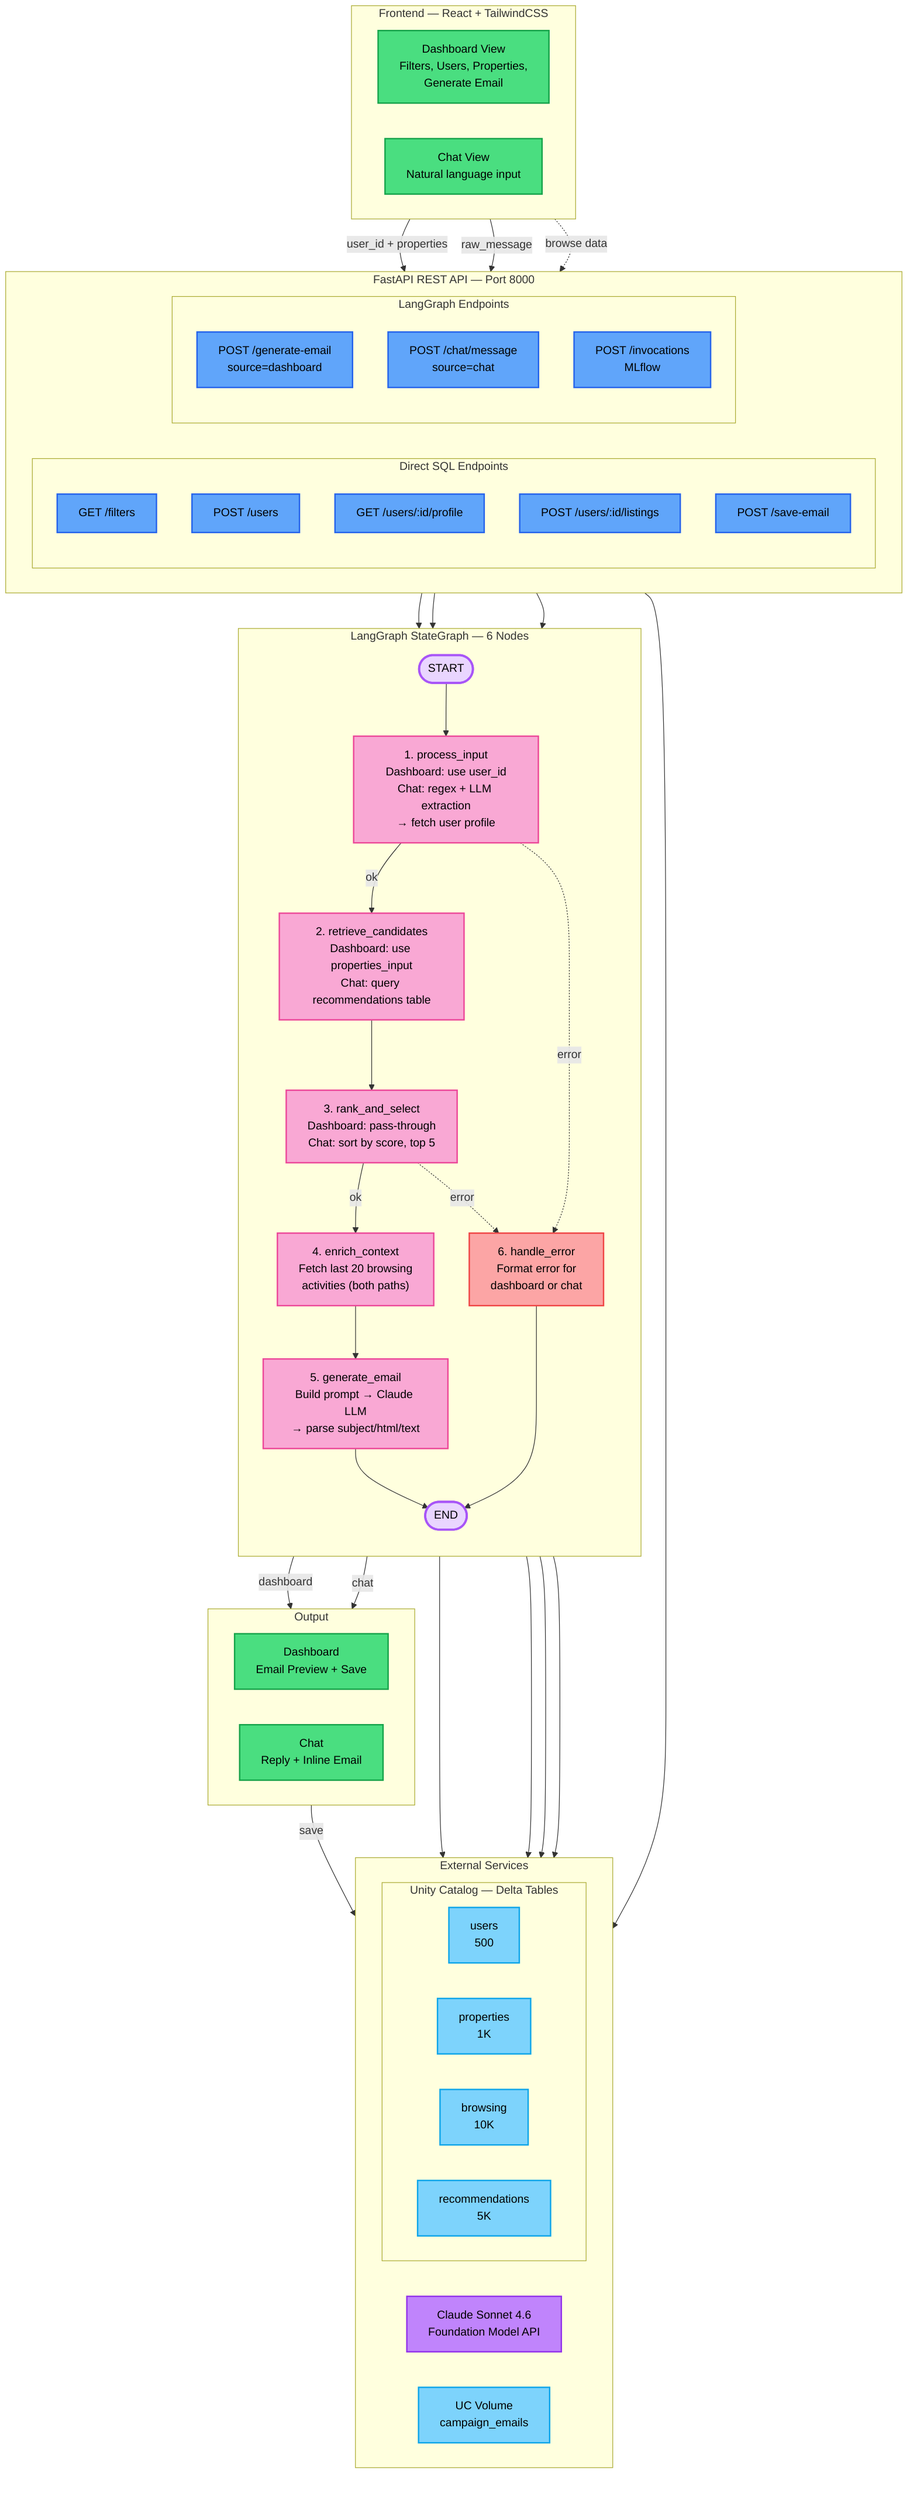
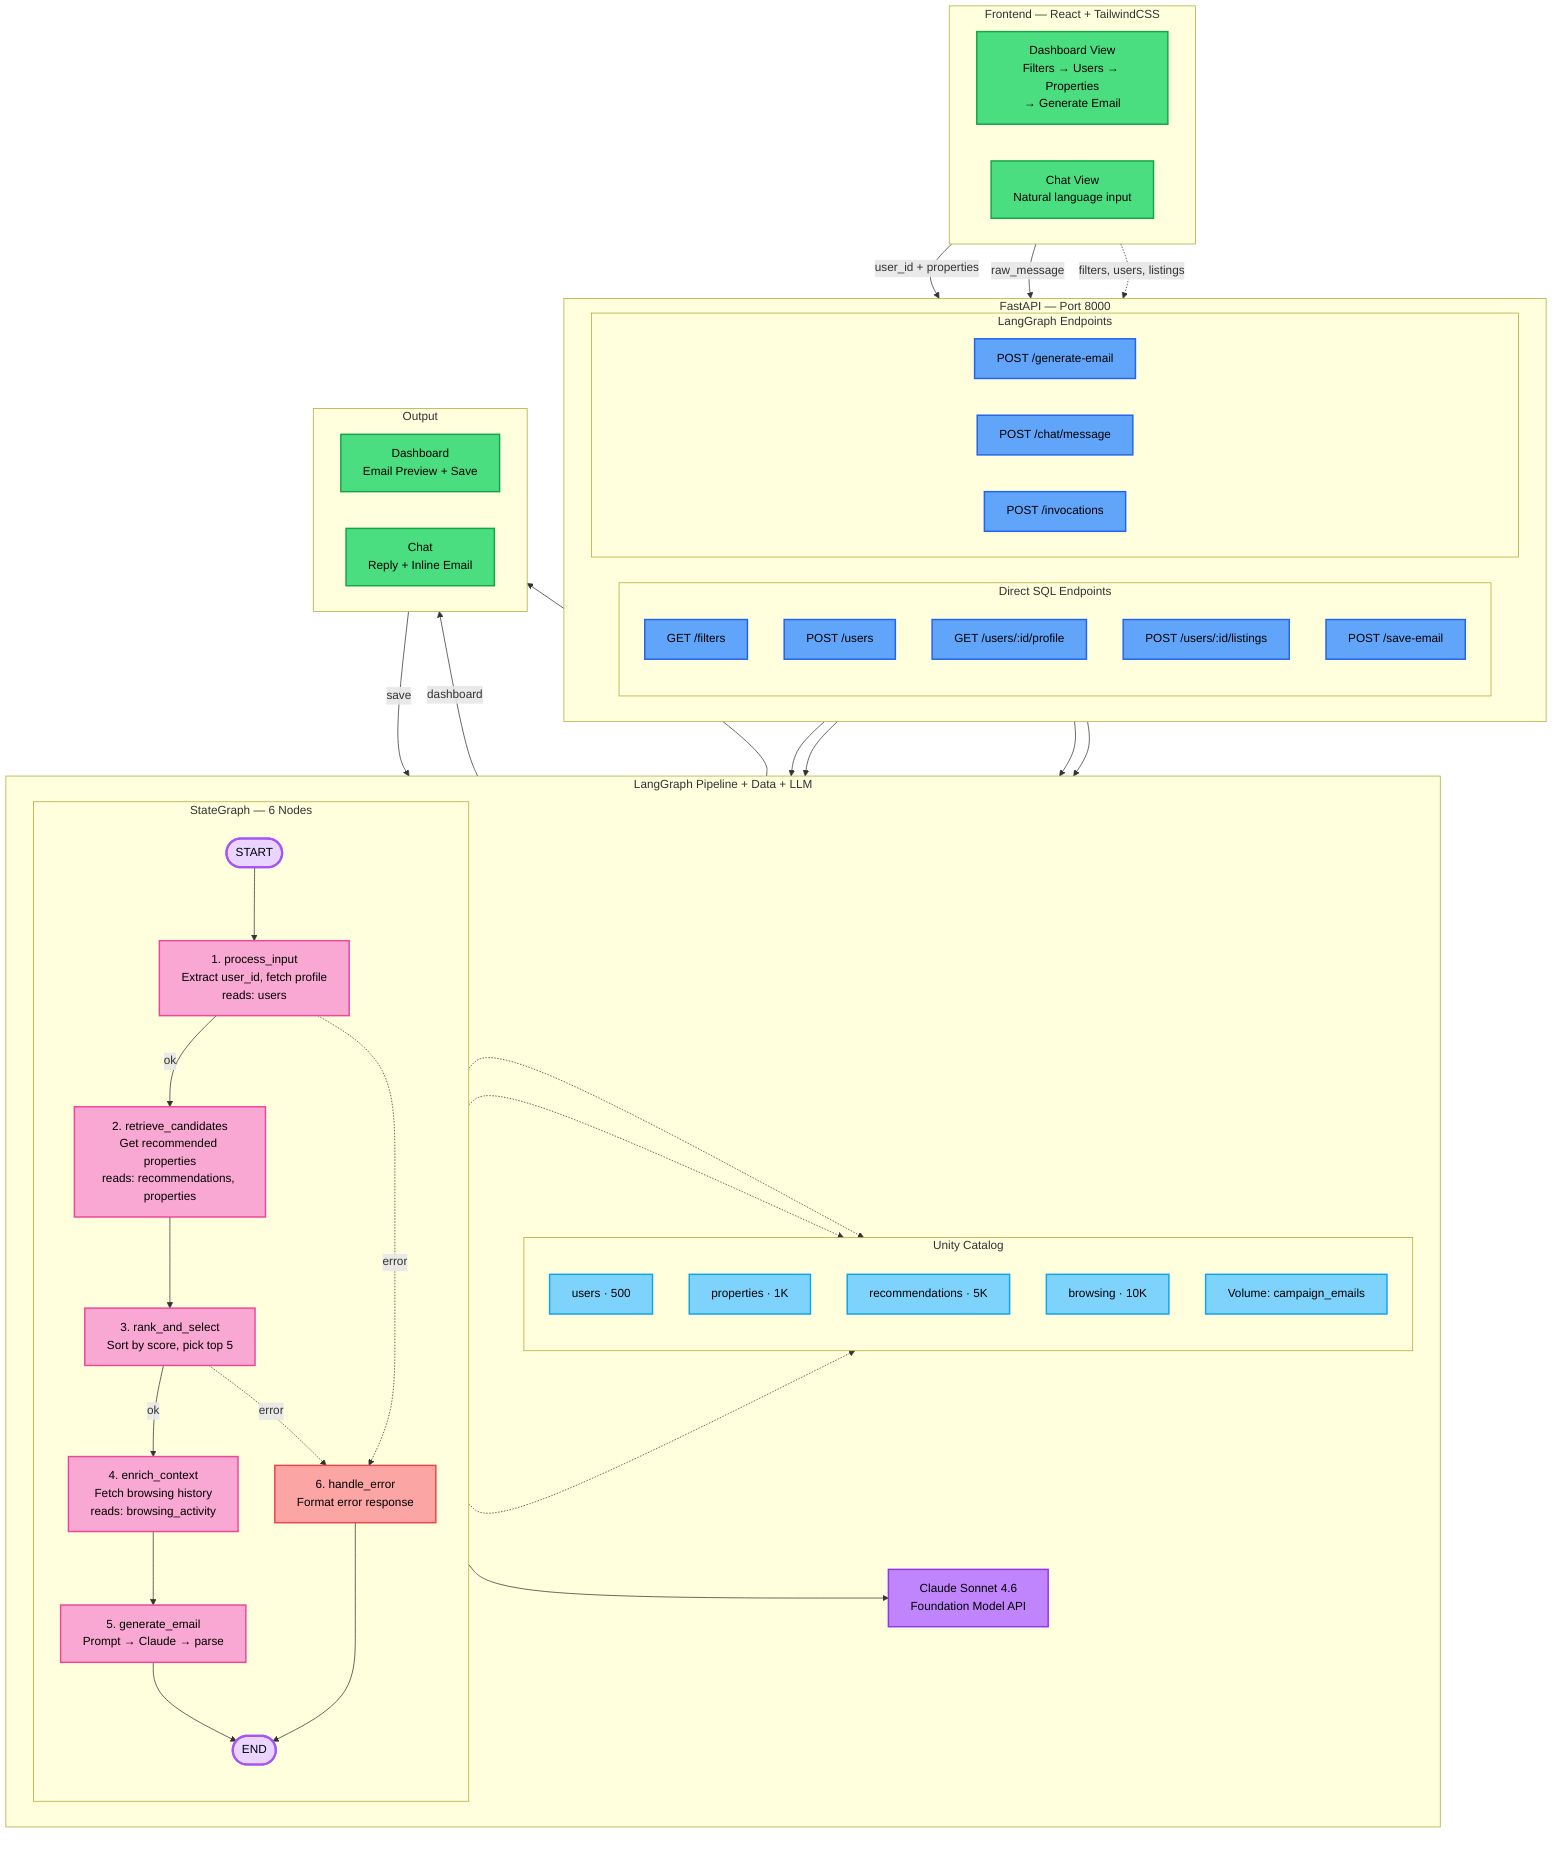
flowchart TD
    classDef ui fill:#4ade80,stroke:#16a34a,stroke-width:2px,color:#000
    classDef api fill:#60a5fa,stroke:#2563eb,stroke-width:2px,color:#000
-     classDef gnode fill:#f9a8d4,stroke:#ec4899,stroke-width:2px,color:#000
-     classDef errn fill:#fca5a5,stroke:#ef4444,stroke-width:2px,color:#000
+     classDef gn fill:#f9a8d4,stroke:#ec4899,stroke-width:2px,color:#000
+     classDef er fill:#fca5a5,stroke:#ef4444,stroke-width:2px,color:#000
    classDef llm fill:#c084fc,stroke:#9333ea,stroke-width:2px,color:#000
    classDef db fill:#7dd3fc,stroke:#0ea5e9,stroke-width:2px,color:#000
-     classDef se fill:#e9d5ff,stroke:#a855f7,stroke-width:3px,color:#000
+     classDef pt fill:#e9d5ff,stroke:#a855f7,stroke-width:3px,color:#000

-     %% ── Layer 1: Frontend ──
+     %% ── Frontend ──
    subgraph FE["Frontend — React + TailwindCSS"]
        direction LR
-         D["Dashboard View<br/>Filters, Users, Properties,<br/>Generate Email"]:::ui
+         D["Dashboard View<br/>Filters → Users → Properties<br/>→ Generate Email"]:::ui
        C["Chat View<br/>Natural language input"]:::ui
    end

-     %% ── Layer 2: REST API ──
-     subgraph API["FastAPI REST API — Port 8000"]
+     %% ── REST API ──
+     subgraph API["FastAPI — Port 8000"]
        direction LR
        subgraph SQL_EP["Direct SQL Endpoints"]
-             direction TB
            A1["GET /filters"]:::api
            A2["POST /users"]:::api
            A3["GET /users/:id/profile"]:::api
            A4["POST /users/:id/listings"]:::api
            A5["POST /save-email"]:::api
        end
        subgraph LG_EP["LangGraph Endpoints"]
-             direction TB
-             G1["POST /generate-email<br/>source=dashboard"]:::api
-             G2["POST /chat/message<br/>source=chat"]:::api
-             G3["POST /invocations<br/>MLflow"]:::api
+             G1["POST /generate-email"]:::api
+             G2["POST /chat/message"]:::api
+             G3["POST /invocations"]:::api
        end
    end

-     %% ── Layer 3: LangGraph ──
-     subgraph LG["LangGraph StateGraph — 6 Nodes"]
-         direction TB
-         S(["START"]):::se
-         P1["1. process_input<br/>Dashboard: use user_id<br/>Chat: regex + LLM extraction<br/>→ fetch user profile"]:::gnode
-         P2["2. retrieve_candidates<br/>Dashboard: use properties_input<br/>Chat: query recommendations table"]:::gnode
-         P3["3. rank_and_select<br/>Dashboard: pass-through<br/>Chat: sort by score, top 5"]:::gnode
-         P4["4. enrich_context<br/>Fetch last 20 browsing<br/>activities (both paths)"]:::gnode
-         P5["5. generate_email<br/>Build prompt → Claude LLM<br/>→ parse subject/html/text"]:::gnode
-         ERR["6. handle_error<br/>Format error for<br/>dashboard or chat"]:::errn
-         E(["END"]):::se
+     %% ── LangGraph + Data + LLM (single layer) ──
+     subgraph CORE["LangGraph Pipeline + Data + LLM"]
+         direction LR

-         S --> P1
-         P1 -->|ok| P2
-         P1 -.->|error| ERR
-         P2 --> P3
-         P3 -->|ok| P4
-         P3 -.->|error| ERR
-         P4 --> P5
-         P5 --> E
-         ERR --> E
+         subgraph LG["StateGraph — 6 Nodes"]
+             direction TB
+             S(["START"]):::pt
+             P1["1. process_input<br/>Extract user_id, fetch profile<br/>reads: users"]:::gn
+             P2["2. retrieve_candidates<br/>Get recommended properties<br/>reads: recommendations, properties"]:::gn
+             P3["3. rank_and_select<br/>Sort by score, pick top 5"]:::gn
+             P4["4. enrich_context<br/>Fetch browsing history<br/>reads: browsing_activity"]:::gn
+             P5["5. generate_email<br/>Prompt → Claude → parse"]:::gn
+             ERR["6. handle_error<br/>Format error response"]:::er
+             EN(["END"]):::pt
+ 
+             S --> P1
+             P1 -->|ok| P2
+             P1 -.->|error| ERR
+             P2 --> P3
+             P3 -->|ok| P4
+             P3 -.->|error| ERR
+             P4 --> P5
+             P5 --> EN
+             ERR --> EN
+         end
+ 
+         LLM["Claude Sonnet 4.6<br/>Foundation Model API"]:::llm
+ 
+         subgraph UC["Unity Catalog"]
+             direction TB
+             T1["users · 500"]:::db
+             T2["properties · 1K"]:::db
+             T3["recommendations · 5K"]:::db
+             T4["browsing · 10K"]:::db
+             VOL["Volume: campaign_emails"]:::db
+         end
    end

-     %% ── Layer 4: External Services ──
-     subgraph EXT["External Services"]
-         direction LR
-         LLM["Claude Sonnet 4.6<br/>Foundation Model API"]:::llm
-         subgraph UC["Unity Catalog — Delta Tables"]
-             direction LR
-             T1["users<br/>500"]:::db
-             T2["properties<br/>1K"]:::db
-             T3["browsing<br/>10K"]:::db
-             T4["recommendations<br/>5K"]:::db
-         end
-         VOL["UC Volume<br/>campaign_emails"]:::db
-     end
- 
-     %% ── Layer 5: Output ──
+     %% ── Output ──
    subgraph OUT["Output"]
        direction LR
        O1["Dashboard<br/>Email Preview + Save"]:::ui
        O2["Chat<br/>Reply + Inline Email"]:::ui
    end

-     %% ── Connections ──
+     %% ── Vertical flow ──
    D -->|"user_id + properties"| G1
-     D -.->|"browse data"| SQL_EP
+     D -.->|"filters, users, listings"| SQL_EP
    C -->|"raw_message"| G2
-     G1 --> S
-     G2 --> S
-     G3 --> S
-     P1 --> T1
-     P2 --> T4
-     P4 --> T3
+     G1 & G2 & G3 --> S
    P5 --> LLM
    SQL_EP --> UC
-     E -->|dashboard| O1
-     E -->|chat| O2
+     EN -->|dashboard| O1
+     EN -->|chat| O2
    O1 -->|save| VOL
+ 
+     %% ── Data reads ──
+     P1 -.-> T1
+     P2 -.-> T3
+     P4 -.-> T4
